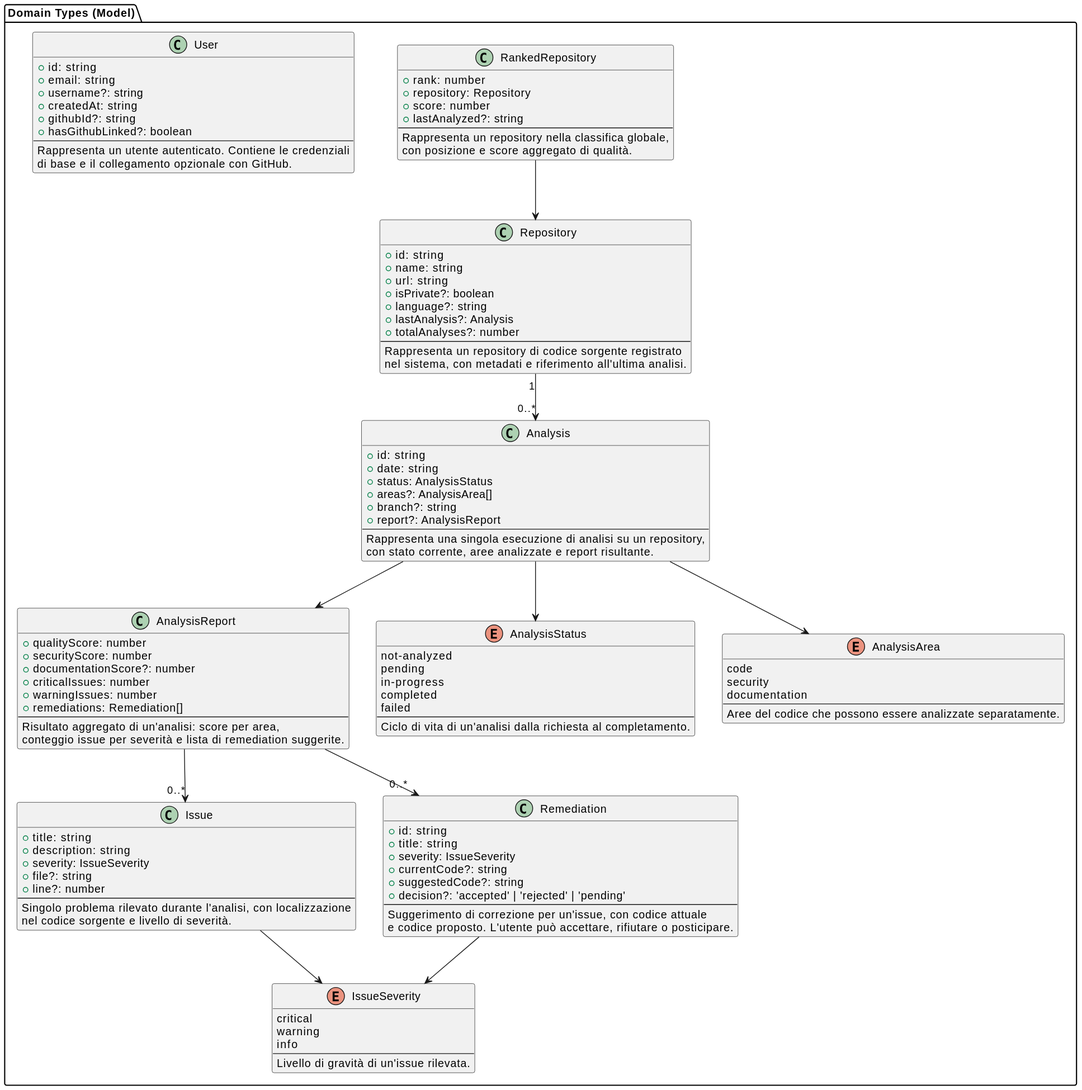
Above: assets/st_diagrams/svg/types.svg in SkarabGroup/DocumentazioneProgetto (PlantUML), before the change.
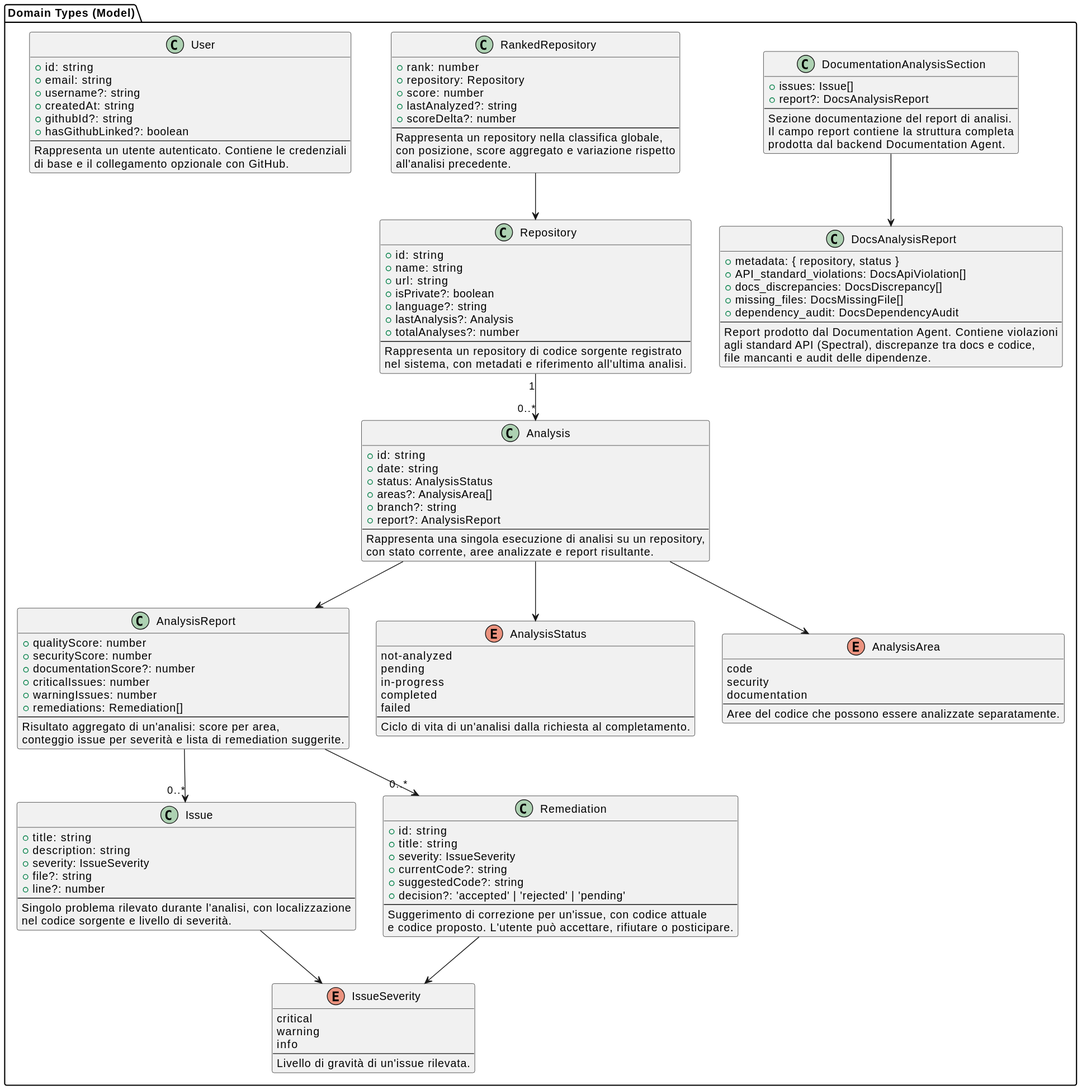
Above is the later version.

What changed in the source:
```diff
@@ -78,9 +78,32 @@
     + repository: Repository
     + score: number
     + lastAnalyzed?: string
+    + scoreDelta?: number
     --
     Rappresenta un repository nella classifica globale,
-    con posizione e score aggregato di qualità.
+    con posizione, score aggregato e variazione rispetto
+    all'analisi precedente.
+  }
+
+  class DocsAnalysisReport {
+    + metadata: { repository, status }
+    + API_standard_violations: DocsApiViolation[]
+    + docs_discrepancies: DocsDiscrepancy[]
+    + missing_files: DocsMissingFile[]
+    + dependency_audit: DocsDependencyAudit
+    --
+    Report prodotto dal Documentation Agent. Contiene violazioni
+    agli standard API (Spectral), discrepanze tra docs e codice,
+    file mancanti e audit delle dipendenze.
+  }
+
+  class DocumentationAnalysisSection {
+    + issues: Issue[]
+    + report?: DocsAnalysisReport
+    --
+    Sezione documentazione del report di analisi.
+    Il campo report contiene la struttura completa
+    prodotta dal backend Documentation Agent.
   }
 
   enum AnalysisStatus {
@@ -118,5 +141,6 @@
   Issue --> IssueSeverity
   Remediation --> IssueSeverity
   Analysis --> AnalysisArea
+  DocumentationAnalysisSection --> DocsAnalysisReport
 }
 @enduml
```
